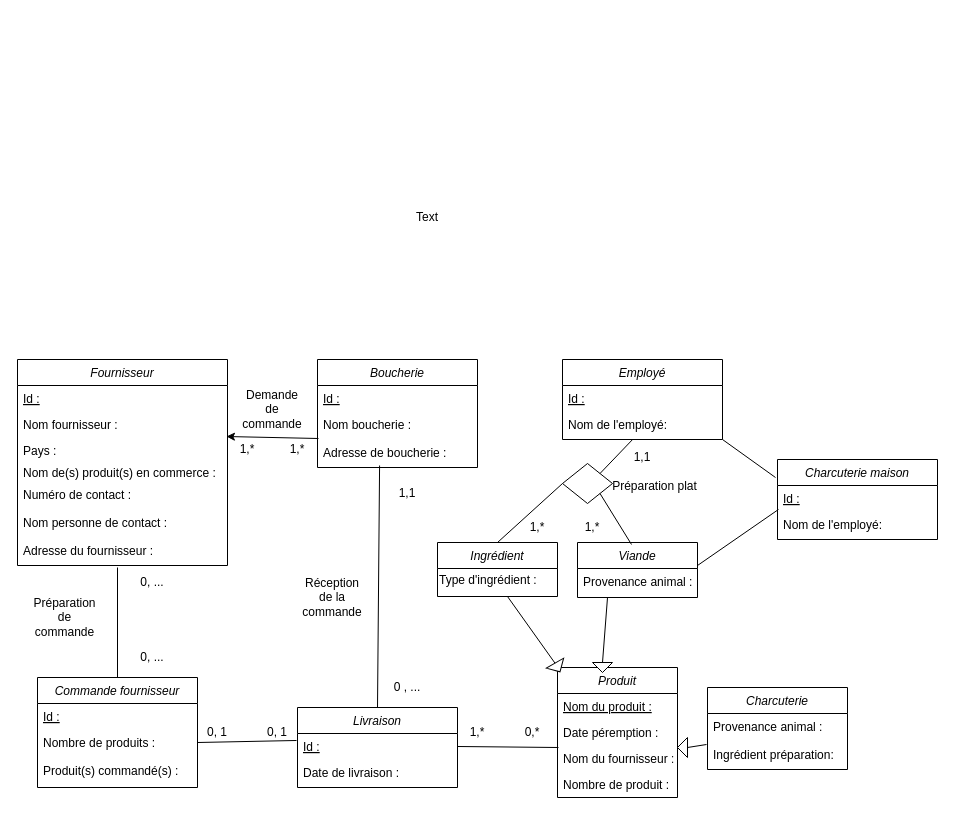
Before: Untitled Diagram.drawio in NHatim/aca, a draw.io diagram. Source tidied: cells renumbered, new cells numbered last; positions are measured from the earlier drawing's top-left corner, leaving out a move shared by most shapes. Both pictures are drawn from the tidied source at 100%, with x=0, y=0 at pixel (17, 207).
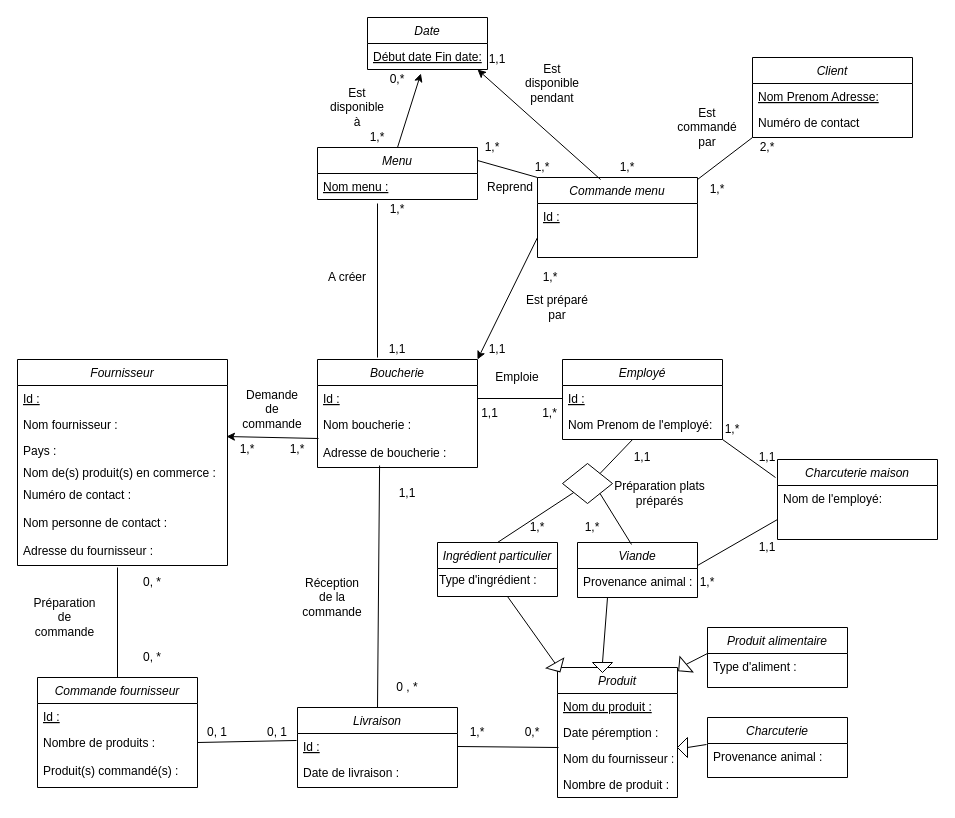
After the change.

Unchanged cells that the change refers to:
```xml
<mxCell id="16" value="Boucherie" style="swimlane;fontStyle=2;align=center;verticalAlign=top;horizontal=1;startSize=26;rounded=0;shadow=0;strokeWidth=1;" parent="1" vertex="1">
  <mxGeometry x="300" y="152" width="160" height="108" as="geometry" />
</mxCell>
<mxCell id="17" value="Id :" style="text;align=left;verticalAlign=top;spacingLeft=4;spacingRight=4;overflow=hidden;points=[[0,0.5],[1,0.5]];portConstraint=eastwest;fontStyle=4;" parent="16" vertex="1">
  <mxGeometry y="26" width="160" height="26" as="geometry" />
</mxCell>
<mxCell id="38" value="Employé" style="swimlane;fontStyle=2;align=center;verticalAlign=top;horizontal=1;startSize=26;rounded=0;shadow=0;strokeWidth=1;" parent="1" vertex="1">
  <mxGeometry x="545" y="152" width="160" height="80" as="geometry" />
</mxCell>
<mxCell id="39" value="Id :" style="text;align=left;verticalAlign=top;spacingLeft=4;spacingRight=4;overflow=hidden;points=[[0,0.5],[1,0.5]];portConstraint=eastwest;fontStyle=4;" parent="38" vertex="1">
  <mxGeometry y="26" width="160" height="26" as="geometry" />
</mxCell>
<mxCell id="41" style="rhombus;whiteSpace=wrap;html=1;" parent="1" vertex="1">
  <mxGeometry x="545" y="256" width="50" height="40" as="geometry" />
</mxCell>
<mxCell id="69" value="Charcuterie maison" style="swimlane;fontStyle=2;align=center;verticalAlign=top;horizontal=1;startSize=26;rounded=0;shadow=0;strokeWidth=1;" parent="1" vertex="1">
  <mxGeometry x="760" y="252" width="160" height="80" as="geometry" />
</mxCell>
```

The edit, as a diff of the source:
```diff
@@
-    <mxCell id="23" value="0, ..." style="text;html=1;strokeColor=none;fillColor=none;align=center;verticalAlign=middle;whiteSpace=wrap;rounded=0;" parent="1" vertex="1">
+    <mxCell id="23" value="0, *" style="text;html=1;strokeColor=none;fillColor=none;align=center;verticalAlign=middle;whiteSpace=wrap;rounded=0;" parent="1" vertex="1">
       <mxGeometry x="110" y="440" width="50" height="20" as="geometry" />
     </mxCell>
@@
-    <mxCell id="26" value="0, ..." style="text;html=1;strokeColor=none;fillColor=none;align=center;verticalAlign=middle;whiteSpace=wrap;rounded=0;" parent="1" vertex="1">
+    <mxCell id="26" value="0, *" style="text;html=1;strokeColor=none;fillColor=none;align=center;verticalAlign=middle;whiteSpace=wrap;rounded=0;" parent="1" vertex="1">
       <mxGeometry x="115" y="365" width="40" height="20" as="geometry" />
     </mxCell>
@@
-    <mxCell id="29" value="0 , ..." style="text;html=1;strokeColor=none;fillColor=none;align=center;verticalAlign=middle;whiteSpace=wrap;rounded=0;" parent="1" vertex="1">
+    <mxCell id="29" value="0 , *" style="text;html=1;strokeColor=none;fillColor=none;align=center;verticalAlign=middle;whiteSpace=wrap;rounded=0;" parent="1" vertex="1">
       <mxGeometry x="370" y="470" width="40" height="20" as="geometry" />
     </mxCell>
@@
-    <mxCell id="40" value="Nom de l'employé:" style="text;align=left;verticalAlign=top;spacingLeft=4;spacingRight=4;overflow=hidden;points=[[0,0.5],[1,0.5]];portConstraint=eastwest;" parent="38" vertex="1">
+    <mxCell id="40" value="Nom Prenom de l'employé:" style="text;align=left;verticalAlign=top;spacingLeft=4;spacingRight=4;overflow=hidden;points=[[0,0.5],[1,0.5]];portConstraint=eastwest;" parent="38" vertex="1">
       <mxGeometry y="52" width="160" height="26" as="geometry" />
     </mxCell>
@@
-    <mxCell id="44" style="endArrow=none;html=1;entryX=0;entryY=0.5;entryDx=0;entryDy=0;exitX=0.5;exitY=0;exitDx=0;exitDy=0;" parent="1" edge="1" source="57" target="41">
+    <mxCell id="44" style="endArrow=none;html=1;exitX=0.5;exitY=0;exitDx=0;exitDy=0;" parent="1" edge="1" source="57" target="41">
       <mxGeometry relative="1" as="geometry" />
     </mxCell>
-    <mxCell id="45" value="Préparation plat" style="text;html=1;strokeColor=none;fillColor=none;align=center;verticalAlign=middle;whiteSpace=wrap;rounded=0;" parent="1" vertex="1">
-      <mxGeometry x="585" y="262" width="105" height="34" as="geometry" />
+    <mxCell id="45" value="Préparation plats préparés" style="text;html=1;strokeColor=none;fillColor=none;align=center;verticalAlign=middle;whiteSpace=wrap;rounded=0;" parent="1" vertex="1">
+      <mxGeometry x="590" y="269" width="105" height="34" as="geometry" />
     </mxCell>
@@
-    <mxCell id="57" value="Ingrédient" style="swimlane;fontStyle=2;align=center;verticalAlign=top;horizontal=1;startSize=26;rounded=0;shadow=0;strokeWidth=1;" parent="1" vertex="1">
+    <mxCell id="57" value="Ingrédient particulier" style="swimlane;fontStyle=2;align=center;verticalAlign=top;horizontal=1;startSize=26;rounded=0;shadow=0;strokeWidth=1;" parent="1" vertex="1">
       <mxGeometry x="420" y="335" width="120" height="54" as="geometry" />
     </mxCell>
@@
     <mxCell id="63" value="Charcuterie" style="swimlane;fontStyle=2;align=center;verticalAlign=top;horizontal=1;startSize=26;rounded=0;shadow=0;strokeWidth=1;" parent="1" vertex="1">
-      <mxGeometry x="690" y="480" width="140" height="82" as="geometry" />
+      <mxGeometry x="690" y="510" width="140" height="60" as="geometry" />
     </mxCell>
@@
-    <mxCell id="65" value="Ingrédient préparation:" style="text;align=left;verticalAlign=top;spacingLeft=4;spacingRight=4;overflow=hidden;" parent="63" vertex="1">
-      <mxGeometry y="54" width="140" height="28" as="geometry" />
-    </mxCell>
@@
-    <mxCell id="68" value="Text" style="text;html=1;strokeColor=none;fillColor=none;align=center;verticalAlign=middle;whiteSpace=wrap;rounded=0;" parent="1" vertex="1">
-      <mxGeometry x="390" width="40" height="20" as="geometry" />
+    <mxCell id="68" value="1,*" style="text;html=1;strokeColor=none;fillColor=none;align=center;verticalAlign=middle;whiteSpace=wrap;rounded=0;" parent="1" vertex="1">
+      <mxGeometry x="670" y="365" width="40" height="20" as="geometry" />
     </mxCell>
@@
-    <mxCell id="70" value="Id :" style="text;align=left;verticalAlign=top;spacingLeft=4;spacingRight=4;overflow=hidden;fontStyle=4;" parent="69" vertex="1">
-      <mxGeometry y="26" width="160" height="26" as="geometry" />
-    </mxCell>
     <mxCell id="71" value="Nom de l'employé:" style="text;align=left;verticalAlign=top;spacingLeft=4;spacingRight=4;overflow=hidden;points=[[0,0.5],[1,0.5]];portConstraint=eastwest;" parent="69" vertex="1">
-      <mxGeometry y="52" width="160" height="26" as="geometry" />
+      <mxGeometry y="26" width="160" height="26" as="geometry" />
     </mxCell>
-    <mxCell id="72" style="endArrow=none;html=1;entryX=0.006;entryY=-0.077;entryDx=0;entryDy=0;entryPerimeter=0;" parent="1" edge="1" target="71">
+    <mxCell id="72" style="endArrow=none;html=1;entryX=0;entryY=0.75;entryDx=0;entryDy=0;" parent="1" edge="1" target="69">
       <mxGeometry relative="1" as="geometry">
         <mxPoint x="680" y="358" as="sourcePoint" />
       </mxGeometry>
     </mxCell>
@@
+    <mxCell id="74" value="1,1" style="text;html=1;strokeColor=none;fillColor=none;align=center;verticalAlign=middle;whiteSpace=wrap;rounded=0;" parent="1" vertex="1">
+      <mxGeometry x="730" y="240" width="40" height="20" as="geometry" />
+    </mxCell>
+    <mxCell id="75" value="1,*" style="text;html=1;strokeColor=none;fillColor=none;align=center;verticalAlign=middle;whiteSpace=wrap;rounded=0;" parent="1" vertex="1">
+      <mxGeometry x="695" y="212" width="40" height="20" as="geometry" />
+    </mxCell>
+    <mxCell id="76" value="1,1" style="text;html=1;strokeColor=none;fillColor=none;align=center;verticalAlign=middle;whiteSpace=wrap;rounded=0;" parent="1" vertex="1">
+      <mxGeometry x="730" y="330" width="40" height="20" as="geometry" />
+    </mxCell>
+    <mxCell id="77" style="endArrow=none;html=1;exitX=0.014;exitY=-0.036;exitDx=0;exitDy=0;exitPerimeter=0;entryX=0;entryY=0.5;entryDx=0;entryDy=0;" parent="1" edge="1" source="79" target="80">
+      <mxGeometry relative="1" as="geometry" />
+    </mxCell>
+    <mxCell id="78" value="Produit alimentaire" style="swimlane;fontStyle=2;align=center;verticalAlign=top;horizontal=1;startSize=26;rounded=0;shadow=0;strokeWidth=1;" parent="1" vertex="1">
+      <mxGeometry x="690" y="420" width="140" height="60" as="geometry" />
+    </mxCell>
+    <mxCell id="79" value="Type d'aliment :" style="text;align=left;verticalAlign=top;spacingLeft=4;spacingRight=4;overflow=hidden;points=[[0,0.5],[1,0.5]];portConstraint=eastwest;" parent="78" vertex="1">
+      <mxGeometry y="26" width="140" height="28" as="geometry" />
+    </mxCell>
+    <mxCell id="80" style="triangle;whiteSpace=wrap;html=1;rotation=-220;" parent="1" vertex="1">
+      <mxGeometry x="660" y="450" width="10" height="20" as="geometry" />
+    </mxCell>
+    <mxCell id="81" style="endArrow=none;html=1;entryX=0;entryY=0.5;entryDx=0;entryDy=0;" parent="1" edge="1" source="17" target="39">
+      <mxGeometry relative="1" as="geometry" />
+    </mxCell>
+    <mxCell id="82" value="Emploie" style="text;html=1;strokeColor=none;fillColor=none;align=center;verticalAlign=middle;whiteSpace=wrap;rounded=0;" parent="1" vertex="1">
+      <mxGeometry x="480" y="160" width="40" height="20" as="geometry" />
+    </mxCell>
+    <mxCell id="83" value="1,1" style="text;html=1;strokeColor=none;fillColor=none;align=center;verticalAlign=middle;whiteSpace=wrap;rounded=0;" parent="1" vertex="1">
+      <mxGeometry x="460" y="196" width="25" height="20" as="geometry" />
+    </mxCell>
+    <mxCell id="84" value="1,*" style="text;html=1;strokeColor=none;fillColor=none;align=center;verticalAlign=middle;whiteSpace=wrap;rounded=0;" parent="1" vertex="1">
+      <mxGeometry x="525" y="196" width="15" height="20" as="geometry" />
+    </mxCell>
+    <mxCell id="85" value="Date" style="swimlane;fontStyle=2;align=center;verticalAlign=top;horizontal=1;startSize=26;rounded=0;shadow=0;strokeWidth=1;" parent="1" vertex="1">
+      <mxGeometry x="350" y="-190" width="120" height="52" as="geometry" />
+    </mxCell>
+    <mxCell id="86" value="Début date Fin date:" style="text;align=left;verticalAlign=top;spacingLeft=4;spacingRight=4;overflow=hidden;points=[[0,0.5],[1,0.5]];portConstraint=eastwest;fontStyle=4;" parent="85" vertex="1">
+      <mxGeometry y="26" width="120" height="26" as="geometry" />
+    </mxCell>
+    <mxCell id="87" value="Commande menu" style="swimlane;fontStyle=2;align=center;verticalAlign=top;horizontal=1;startSize=26;rounded=0;shadow=0;strokeWidth=1;" parent="1" vertex="1">
+      <mxGeometry x="520" y="-30" width="160" height="80" as="geometry" />
+    </mxCell>
+    <mxCell id="70" value="Id :" style="text;align=left;verticalAlign=top;spacingLeft=4;spacingRight=4;overflow=hidden;fontStyle=4;" parent="87" vertex="1">
+      <mxGeometry y="26" width="160" height="24" as="geometry" />
+    </mxCell>
+    <mxCell id="88" value="Menu" style="swimlane;fontStyle=2;align=center;verticalAlign=top;horizontal=1;startSize=26;rounded=0;shadow=0;strokeWidth=1;" parent="1" vertex="1">
+      <mxGeometry x="300" y="-60" width="160" height="52" as="geometry" />
+    </mxCell>
+    <mxCell id="89" value="Nom menu :" style="text;align=left;verticalAlign=top;spacingLeft=4;spacingRight=4;overflow=hidden;points=[[0,0.5],[1,0.5]];portConstraint=eastwest;fontStyle=4;" parent="88" vertex="1">
+      <mxGeometry y="26" width="160" height="26" as="geometry" />
+    </mxCell>
+    <mxCell id="90" value="Client" style="swimlane;fontStyle=2;align=center;verticalAlign=top;horizontal=1;startSize=26;rounded=0;shadow=0;strokeWidth=1;" parent="1" vertex="1">
+      <mxGeometry x="735" y="-150" width="160" height="80" as="geometry" />
+    </mxCell>
+    <mxCell id="91" value="Nom Prenom Adresse:" style="text;align=left;verticalAlign=top;spacingLeft=4;spacingRight=4;overflow=hidden;fontStyle=4;" parent="90" vertex="1">
+      <mxGeometry y="26" width="160" height="26" as="geometry" />
+    </mxCell>
+    <mxCell id="92" value="Numéro de contact" style="text;align=left;verticalAlign=top;spacingLeft=4;spacingRight=4;overflow=hidden;" parent="90" vertex="1">
+      <mxGeometry y="52" width="160" height="26" as="geometry" />
+    </mxCell>
+    <mxCell id="93" style="endArrow=none;html=1;exitX=1;exitY=0.25;exitDx=0;exitDy=0;entryX=0;entryY=0;entryDx=0;entryDy=0;" parent="1" edge="1" source="88" target="87">
+      <mxGeometry relative="1" as="geometry" />
+    </mxCell>
+    <mxCell id="94" value="1,*" style="text;html=1;strokeColor=none;fillColor=none;align=center;verticalAlign=middle;whiteSpace=wrap;rounded=0;" parent="1" vertex="1">
+      <mxGeometry x="360" y="-8" width="40" height="20" as="geometry" />
+    </mxCell>
+    <mxCell id="95" value="1,1" style="text;html=1;strokeColor=none;fillColor=none;align=center;verticalAlign=middle;whiteSpace=wrap;rounded=0;" parent="1" vertex="1">
+      <mxGeometry x="360" y="132" width="40" height="20" as="geometry" />
+    </mxCell>
+    <mxCell id="96" value="A créer" style="text;html=1;strokeColor=none;fillColor=none;align=center;verticalAlign=middle;whiteSpace=wrap;rounded=0;" parent="1" vertex="1">
+      <mxGeometry x="310" y="60" width="40" height="20" as="geometry" />
+    </mxCell>
+    <mxCell id="97" style="endArrow=none;html=1;entryX=0.375;entryY=1.154;entryDx=0;entryDy=0;entryPerimeter=0;" parent="1" edge="1" target="89">
+      <mxGeometry relative="1" as="geometry">
+        <mxPoint x="360" y="150" as="sourcePoint" />
+      </mxGeometry>
+    </mxCell>
+    <mxCell id="98" style="endArrow=classic;html=1;entryX=1;entryY=0;entryDx=0;entryDy=0;exitX=0;exitY=0.75;exitDx=0;exitDy=0;" parent="1" edge="1" source="87" target="16">
+      <mxGeometry relative="1" as="geometry" />
+    </mxCell>
+    <mxCell id="99" value="Est préparé par" style="text;html=1;strokeColor=none;fillColor=none;align=center;verticalAlign=middle;whiteSpace=wrap;rounded=0;" parent="1" vertex="1">
+      <mxGeometry x="505" y="90" width="70" height="20" as="geometry" />
+    </mxCell>
+    <mxCell id="100" style="endArrow=classic;html=1;entryX=0.445;entryY=1.154;entryDx=0;entryDy=0;entryPerimeter=0;exitX=0.5;exitY=0;exitDx=0;exitDy=0;" parent="1" edge="1" source="88" target="86">
+      <mxGeometry relative="1" as="geometry" />
+    </mxCell>
+    <mxCell id="101" value="Est disponible à" style="text;html=1;strokeColor=none;fillColor=none;align=center;verticalAlign=middle;whiteSpace=wrap;rounded=0;" parent="1" vertex="1">
+      <mxGeometry x="320" y="-110" width="40" height="20" as="geometry" />
+    </mxCell>
+    <mxCell id="102" value="0,*" style="text;html=1;strokeColor=none;fillColor=none;align=center;verticalAlign=middle;whiteSpace=wrap;rounded=0;" parent="1" vertex="1">
+      <mxGeometry x="360" y="-138" width="40" height="20" as="geometry" />
+    </mxCell>
+    <mxCell id="103" value="1,*" style="text;html=1;strokeColor=none;fillColor=none;align=center;verticalAlign=middle;whiteSpace=wrap;rounded=0;" parent="1" vertex="1">
+      <mxGeometry x="340" y="-80" width="40" height="20" as="geometry" />
+    </mxCell>
+    <mxCell id="104" value="1,*" style="text;html=1;strokeColor=none;fillColor=none;align=center;verticalAlign=middle;whiteSpace=wrap;rounded=0;" parent="1" vertex="1">
+      <mxGeometry x="455" y="-70" width="40" height="20" as="geometry" />
+    </mxCell>
+    <mxCell id="105" value="1,*" style="text;html=1;strokeColor=none;fillColor=none;align=center;verticalAlign=middle;whiteSpace=wrap;rounded=0;" parent="1" vertex="1">
+      <mxGeometry x="505" y="-50" width="40" height="20" as="geometry" />
+    </mxCell>
+    <mxCell id="106" value="1,*" style="text;html=1;strokeColor=none;fillColor=none;align=center;verticalAlign=middle;whiteSpace=wrap;rounded=0;" parent="1" vertex="1">
+      <mxGeometry x="512.5" y="60" width="40" height="20" as="geometry" />
+    </mxCell>
+    <mxCell id="107" value="1,1" style="text;html=1;strokeColor=none;fillColor=none;align=center;verticalAlign=middle;whiteSpace=wrap;rounded=0;" parent="1" vertex="1">
+      <mxGeometry x="460" y="132" width="40" height="20" as="geometry" />
+    </mxCell>
+    <mxCell id="108" value="Est disponible&lt;br&gt;pendant" style="text;html=1;strokeColor=none;fillColor=none;align=center;verticalAlign=middle;whiteSpace=wrap;rounded=0;" parent="1" vertex="1">
+      <mxGeometry x="500" y="-138" width="70" height="28" as="geometry" />
+    </mxCell>
+    <mxCell id="109" value="Reprend" style="text;html=1;strokeColor=none;fillColor=none;align=center;verticalAlign=middle;whiteSpace=wrap;rounded=0;" parent="1" vertex="1">
+      <mxGeometry x="472.5" y="-30" width="40" height="20" as="geometry" />
+    </mxCell>
+    <mxCell id="110" value="1,1" style="text;html=1;strokeColor=none;fillColor=none;align=center;verticalAlign=middle;whiteSpace=wrap;rounded=0;" parent="1" vertex="1">
+      <mxGeometry x="460" y="-158" width="40" height="20" as="geometry" />
+    </mxCell>
+    <mxCell id="111" value="1,*" style="text;html=1;strokeColor=none;fillColor=none;align=center;verticalAlign=middle;whiteSpace=wrap;rounded=0;" parent="1" vertex="1">
+      <mxGeometry x="590" y="-50" width="40" height="20" as="geometry" />
+    </mxCell>
+    <mxCell id="112" style="endArrow=classic;html=1;entryX=0;entryY=1;entryDx=0;entryDy=0;exitX=0.394;exitY=0.025;exitDx=0;exitDy=0;exitPerimeter=0;" parent="1" edge="1" source="87" target="110">
+      <mxGeometry relative="1" as="geometry" />
+    </mxCell>
+    <mxCell id="113" value="Est commandé par" style="text;html=1;strokeColor=none;fillColor=none;align=center;verticalAlign=middle;whiteSpace=wrap;rounded=0;" parent="1" vertex="1">
+      <mxGeometry x="660" y="-90" width="60" height="20" as="geometry" />
+    </mxCell>
+    <mxCell id="114" value="1,*" style="text;html=1;strokeColor=none;fillColor=none;align=center;verticalAlign=middle;whiteSpace=wrap;rounded=0;" parent="1" vertex="1">
+      <mxGeometry x="680" y="-28" width="40" height="20" as="geometry" />
+    </mxCell>
+    <mxCell id="115" style="endArrow=none;html=1;entryX=0;entryY=1;entryDx=0;entryDy=0;exitX=0;exitY=0;exitDx=0;exitDy=0;" parent="1" edge="1" source="114" target="90">
+      <mxGeometry relative="1" as="geometry" />
+    </mxCell>
+    <mxCell id="116" value="2,*" style="text;html=1;strokeColor=none;fillColor=none;align=center;verticalAlign=middle;whiteSpace=wrap;rounded=0;" parent="1" vertex="1">
+      <mxGeometry x="730" y="-70" width="40" height="20" as="geometry" />
+    </mxCell>
```
